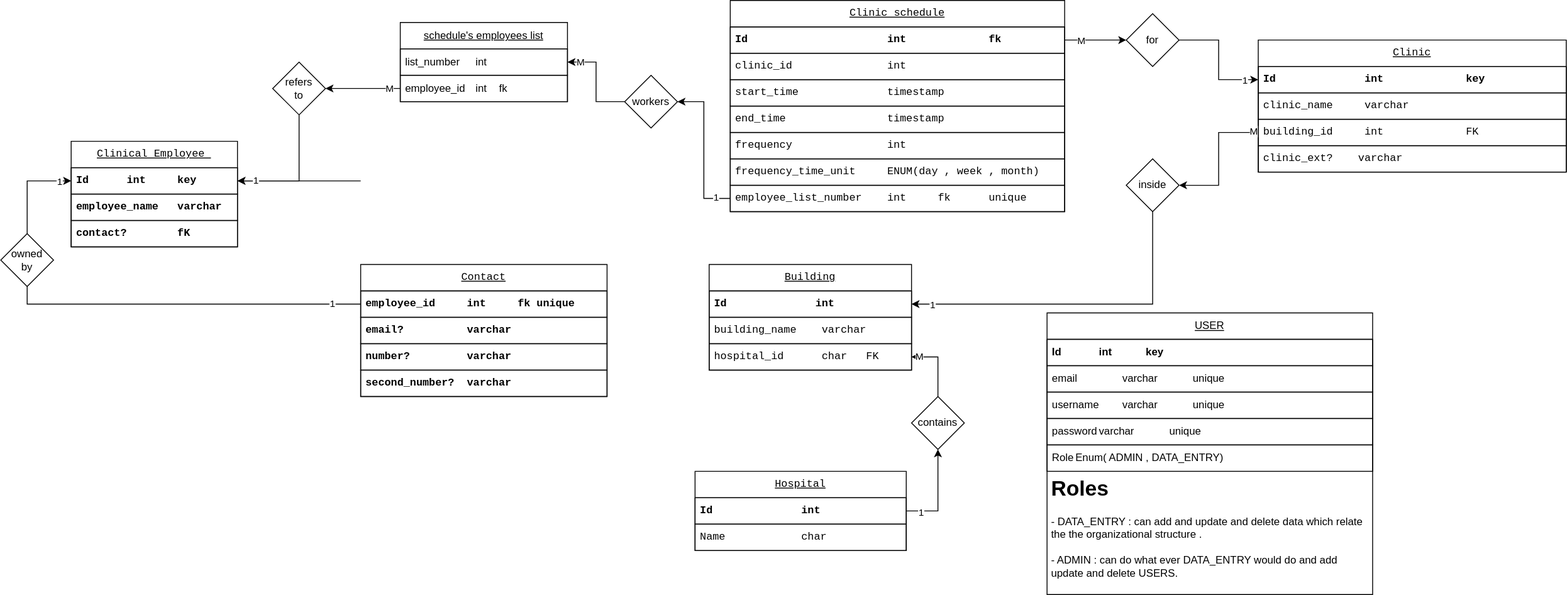
Before: etc/imgs/database.drawio.svg, a diagram exported from draw.io (Abdullah-Khawahir/clinics-schedules). Source tidied: cells renumbered, new cells last; positions are measured from the earlier drawing's top-left corner, leaving out a move shared by most shapes.
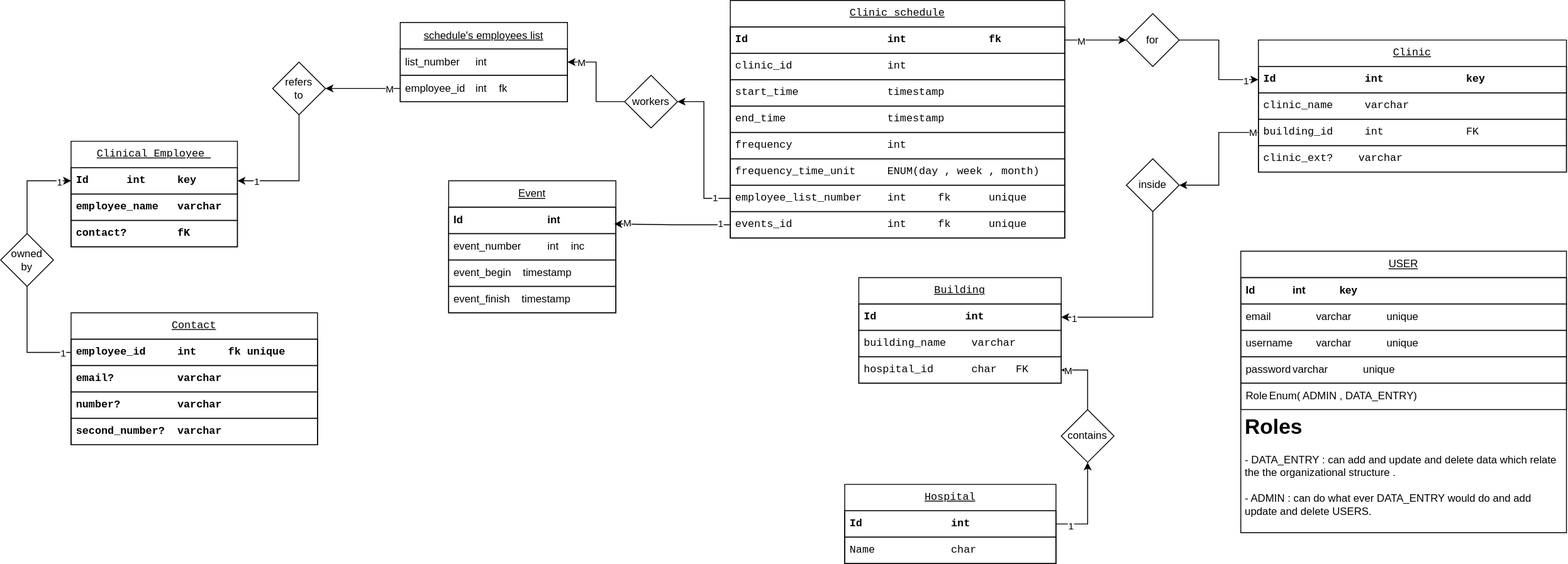
After the change.

Change to the diagram source:
```diff
@@ -3,7 +3,7 @@
     <mxCell id="0" />
     <mxCell id="1" parent="0" />
     <mxCell id="2" value="Hospital" style="swimlane;fontStyle=4;horizontal=1;startSize=30;whiteSpace=wrap;html=1;fontFamily=monospace;" parent="1" vertex="1">
-      <mxGeometry x="789" y="535" width="240" height="90" as="geometry" />
+      <mxGeometry x="959" y="550" width="240" height="90" as="geometry" />
     </mxCell>
     <mxCell id="3" value="&lt;div&gt;Id&lt;span style=&quot;white-space: pre;&quot;&gt;&#9;&lt;/span&gt;&lt;span style=&quot;white-space: pre;&quot;&gt;&#9;&lt;/span&gt;int&lt;span style=&quot;white-space: pre;&quot;&gt;&#9;&lt;/span&gt;&lt;span style=&quot;white-space: pre;&quot;&gt;&#9;&lt;/span&gt;key&lt;/div&gt;" style="text;strokeColor=default;fillColor=none;align=left;verticalAlign=middle;spacingLeft=4;spacingRight=4;overflow=hidden;points=[[0,0.5],[1,0.5]];portConstraint=eastwest;whiteSpace=wrap;html=1;fontStyle=1;labelBorderColor=none;labelBackgroundColor=none;horizontal=1;spacingTop=0;fontFamily=monospace;" parent="2" vertex="1">
       <mxGeometry y="30" width="240" height="30" as="geometry" />
@@ -12,7 +12,7 @@
       <mxGeometry y="60" width="240" height="30" as="geometry" />
     </mxCell>
     <mxCell id="5" value="Building" style="swimlane;fontStyle=4;horizontal=1;startSize=30;whiteSpace=wrap;html=1;fontFamily=monospace;" parent="1" vertex="1">
-      <mxGeometry x="805" y="300" width="230" height="120" as="geometry" />
+      <mxGeometry x="975" y="315" width="230" height="120" as="geometry" />
     </mxCell>
     <mxCell id="6" value="Id&lt;span style=&quot;white-space: pre;&quot;&gt;&#9;&lt;/span&gt;&lt;span style=&quot;white-space: pre;&quot;&gt;&#9;&lt;/span&gt;int&lt;span style=&quot;white-space: pre;&quot;&gt;&#9;&lt;/span&gt;&lt;span style=&quot;white-space: pre;&quot;&gt;&#9;&lt;/span&gt;key" style="text;strokeColor=default;fillColor=none;align=left;verticalAlign=middle;spacingLeft=4;spacingRight=4;overflow=hidden;points=[[0,0.5],[1,0.5]];portConstraint=eastwest;whiteSpace=wrap;html=1;fontStyle=1;labelBorderColor=none;labelBackgroundColor=none;horizontal=1;spacingTop=0;fontFamily=monospace;" parent="5" vertex="1">
       <mxGeometry y="30" width="230" height="30" as="geometry" />
@@ -51,7 +51,7 @@
       <mxGeometry y="90" width="189" height="30" as="geometry" />
     </mxCell>
     <mxCell id="18" value="Clinic schedule" style="swimlane;fontStyle=4;horizontal=1;startSize=30;whiteSpace=wrap;html=1;fontFamily=monospace;" parent="1" vertex="1">
-      <mxGeometry x="829" width="380" height="240" as="geometry" />
+      <mxGeometry x="829" width="380" height="270" as="geometry" />
     </mxCell>
     <mxCell id="19" value="Id&lt;span style=&quot;white-space: pre;&quot;&gt;&#9;&lt;/span&gt;&lt;span style=&quot;white-space: pre;&quot;&gt;&#9;&lt;/span&gt;&lt;span style=&quot;white-space: pre;&quot;&gt;&#9;&lt;/span&gt;int&lt;span style=&quot;white-space: pre;&quot;&gt;&#9;&lt;/span&gt;&lt;span style=&quot;white-space: pre;&quot;&gt;&#9;fk&lt;/span&gt;" style="text;strokeColor=default;fillColor=none;align=left;verticalAlign=middle;spacingLeft=4;spacingRight=4;overflow=hidden;points=[[0,0.5],[1,0.5]];portConstraint=eastwest;whiteSpace=wrap;html=1;fontStyle=1;labelBorderColor=none;labelBackgroundColor=none;horizontal=1;spacingTop=0;fontFamily=monospace;" parent="18" vertex="1">
       <mxGeometry y="30" width="380" height="30" as="geometry" />
@@ -74,8 +74,11 @@
     <mxCell id="25" value="employee_list&lt;span style=&quot;white-space: pre;&quot;&gt;_number&#9;&lt;/span&gt;&lt;span style=&quot;white-space: pre;&quot;&gt;&lt;code&gt;int&lt;span style=&quot;white-space: pre;&quot;&gt;&#9;&lt;/span&gt;fk&lt;/code&gt;&lt;/span&gt;&lt;span style=&quot;white-space: pre;&quot;&gt;&#9;&lt;/span&gt;unique" style="text;strokeColor=default;fillColor=none;align=left;verticalAlign=middle;spacingLeft=4;spacingRight=4;overflow=hidden;points=[[0,0.5],[1,0.5]];portConstraint=eastwest;whiteSpace=wrap;html=1;fontFamily=monospace;" parent="18" vertex="1">
       <mxGeometry y="210" width="380" height="30" as="geometry" />
     </mxCell>
+    <mxCell id="73" value="events_id&lt;span style=&quot;white-space: pre;&quot;&gt;&#9;&lt;span style=&quot;white-space: pre;&quot;&gt;&#9;&lt;/span&gt;&lt;/span&gt;&lt;span style=&quot;white-space: pre;&quot;&gt;&lt;code&gt;int&lt;span style=&quot;white-space: pre;&quot;&gt;&#9;&lt;/span&gt;fk&lt;/code&gt;&lt;/span&gt;&lt;span style=&quot;white-space: pre;&quot;&gt;&#9;&lt;/span&gt;unique" style="text;strokeColor=default;fillColor=none;align=left;verticalAlign=middle;spacingLeft=4;spacingRight=4;overflow=hidden;points=[[0,0.5],[1,0.5]];portConstraint=eastwest;whiteSpace=wrap;html=1;fontFamily=monospace;" parent="18" vertex="1">
+      <mxGeometry y="240" width="380" height="30" as="geometry" />
+    </mxCell>
     <mxCell id="26" value="Contact" style="swimlane;fontStyle=4;horizontal=1;startSize=30;whiteSpace=wrap;html=1;fontFamily=monospace;" parent="1" vertex="1">
-      <mxGeometry x="409" y="300" width="280" height="150" as="geometry" />
+      <mxGeometry x="80" y="355" width="280" height="150" as="geometry" />
     </mxCell>
     <mxCell id="27" value="employee_id&lt;span style=&quot;white-space: pre;&quot;&gt;&#9;&lt;/span&gt;int&lt;span style=&quot;white-space: pre;&quot;&gt;&#9;&lt;/span&gt;fk unique" style="text;strokeColor=default;fillColor=none;align=left;verticalAlign=middle;spacingLeft=4;spacingRight=4;overflow=hidden;points=[[0,0.5],[1,0.5]];portConstraint=eastwest;whiteSpace=wrap;html=1;fontStyle=1;labelBorderColor=none;labelBackgroundColor=none;horizontal=1;spacingTop=0;fontFamily=monospace;" parent="26" vertex="1">
       <mxGeometry y="30" width="280" height="30" as="geometry" />
@@ -129,7 +132,7 @@
       <mxGeometry x="-0.68" y="-2" relative="1" as="geometry" />
     </mxCell>
     <mxCell id="44" value="contains" style="rhombus;whiteSpace=wrap;html=1;" parent="1" vertex="1">
-      <mxGeometry x="1035" y="450" width="60" height="60" as="geometry" />
+      <mxGeometry x="1205" y="465" width="60" height="60" as="geometry" />
     </mxCell>
     <mxCell id="45" style="edgeStyle=orthogonalEdgeStyle;rounded=0;jettySize=auto;html=1;entryX=0;entryY=0.5;entryDx=0;entryDy=0;" parent="1" edge="1" source="19" target="47">
       <mxGeometry relative="1" as="geometry" />
@@ -150,7 +153,7 @@
       <mxGeometry y="265" width="60" height="60" as="geometry" />
     </mxCell>
     <mxCell id="51" value="USER" style="swimlane;fontStyle=4;horizontal=1;startSize=30;whiteSpace=wrap;html=1;" parent="1" vertex="1">
-      <mxGeometry x="1189" y="355" width="370" height="320" as="geometry" />
+      <mxGeometry x="1409" y="285" width="370" height="320" as="geometry" />
     </mxCell>
     <mxCell id="52" value="&lt;div&gt;Id&lt;span style=&quot;white-space: pre;&quot;&gt;&#9;&lt;/span&gt;&lt;span style=&quot;white-space: pre;&quot;&gt;&#9;&lt;/span&gt;int&lt;span style=&quot;white-space: pre;&quot;&gt;&#9;&lt;/span&gt;&lt;span style=&quot;white-space: pre;&quot;&gt;&#9;&lt;/span&gt;key&lt;/div&gt;" style="text;strokeColor=default;fillColor=none;align=left;verticalAlign=middle;spacingLeft=4;spacingRight=4;overflow=hidden;whiteSpace=wrap;html=1;fontStyle=1;labelBorderColor=none;labelBackgroundColor=none;horizontal=1;spacingTop=0;" parent="51" vertex="1">
       <mxGeometry y="30" width="370" height="30" as="geometry" />
@@ -175,12 +178,6 @@
         <mxPoint x="679" y="143.8" as="sourcePoint" />
       </mxGeometry>
     </mxCell>
-    <mxCell id="59" style="edgeStyle=orthogonalEdgeStyle;rounded=0;orthogonalLoop=1;jettySize=auto;html=1;entryX=1;entryY=0.5;entryDx=0;entryDy=0;" parent="1" edge="1">
-      <mxGeometry relative="1" as="geometry">
-        <mxPoint x="409" y="205" as="sourcePoint" />
-        <mxPoint x="269" y="205" as="targetPoint" />
-      </mxGeometry>
-    </mxCell>
     <mxCell id="60" value="schedule's employees list" style="swimlane;fontStyle=4;horizontal=1;startSize=30;whiteSpace=wrap;html=1;" parent="1" vertex="1">
       <mxGeometry x="454" y="25" width="190" height="90" as="geometry" />
     </mxCell>
@@ -222,5 +219,29 @@
     <mxCell id="72" value="workers" style="rhombus;whiteSpace=wrap;html=1;" parent="1" vertex="1">
       <mxGeometry x="709" y="85" width="60" height="60" as="geometry" />
     </mxCell>
+    <mxCell id="74" value="Event" style="swimlane;fontStyle=4;horizontal=1;startSize=30;whiteSpace=wrap;html=1;" parent="1" vertex="1">
+      <mxGeometry x="509" y="205" width="190" height="150" as="geometry" />
+    </mxCell>
+    <mxCell id="75" value="&lt;div&gt;Id&lt;span style=&quot;white-space: pre;&quot;&gt;&#9;&lt;/span&gt;&lt;span style=&quot;white-space: pre;&quot;&gt;&#9;&lt;span style=&quot;white-space: pre;&quot;&gt;&#9;&lt;/span&gt;&lt;span style=&quot;white-space: pre;&quot;&gt;&#9;&lt;/span&gt;&lt;/span&gt;int&lt;/div&gt;" style="text;strokeColor=default;fillColor=none;align=left;verticalAlign=middle;spacingLeft=4;spacingRight=4;overflow=hidden;points=[[0,0.5],[1,0.5]];portConstraint=eastwest;whiteSpace=wrap;html=1;fontStyle=1;labelBorderColor=none;labelBackgroundColor=none;horizontal=1;spacingTop=0;" parent="74" vertex="1">
+      <mxGeometry y="30" width="190" height="30" as="geometry" />
+    </mxCell>
+    <mxCell id="76" value="&lt;div&gt;&lt;span style=&quot;white-space: pre;&quot;&gt;event_number&#9;&lt;span style=&quot;white-space: pre;&quot;&gt;&#9;&lt;/span&gt;&lt;/span&gt;int&lt;span style=&quot;white-space: pre;&quot;&gt;&#9;inc&lt;/span&gt;&lt;/div&gt;" style="text;strokeColor=default;fillColor=none;align=left;verticalAlign=middle;spacingLeft=4;spacingRight=4;overflow=hidden;whiteSpace=wrap;html=1;fontStyle=0;labelBorderColor=none;labelBackgroundColor=none;horizontal=1;spacingTop=0;" parent="74" vertex="1">
+      <mxGeometry y="60" width="190" height="30" as="geometry" />
+    </mxCell>
+    <mxCell id="77" value="event_begin&lt;span style=&quot;&quot;&gt;&lt;span style=&quot;white-space: pre;&quot;&gt;&amp;nbsp;&amp;nbsp;&amp;nbsp;&amp;nbsp;&lt;/span&gt;&lt;/span&gt;timestamp" style="text;strokeColor=default;fillColor=none;align=left;verticalAlign=middle;spacingLeft=4;spacingRight=4;overflow=hidden;whiteSpace=wrap;html=1;" parent="74" vertex="1">
+      <mxGeometry y="90" width="190" height="30" as="geometry" />
+    </mxCell>
+    <mxCell id="78" value="event_finish&lt;span style=&quot;&quot;&gt;&lt;span style=&quot;white-space: pre;&quot;&gt;&amp;nbsp;&amp;nbsp;&amp;nbsp;&amp;nbsp;&lt;/span&gt;&lt;/span&gt;timestamp" style="text;strokeColor=default;fillColor=none;align=left;verticalAlign=middle;spacingLeft=4;spacingRight=4;overflow=hidden;whiteSpace=wrap;html=1;" parent="74" vertex="1">
+      <mxGeometry y="120" width="190" height="30" as="geometry" />
+    </mxCell>
+    <mxCell id="79" style="edgeStyle=orthogonalEdgeStyle;rounded=0;jettySize=auto;html=1;entryX=0.99;entryY=0.632;entryDx=0;entryDy=0;entryPerimeter=0;" parent="1" edge="1" source="73" target="75">
+      <mxGeometry relative="1" as="geometry" />
+    </mxCell>
+    <mxCell id="80" value="1" style="edgeLabel;html=1;align=center;verticalAlign=middle;" parent="79" vertex="1">
+      <mxGeometry x="-0.83" y="-2" relative="1" as="geometry" />
+    </mxCell>
+    <mxCell id="81" value="M" style="edgeLabel;html=1;align=center;verticalAlign=middle;" parent="79" vertex="1">
+      <mxGeometry x="0.78" y="-2" relative="1" as="geometry" />
+    </mxCell>
   </root>
 </mxGraphModel>
```
